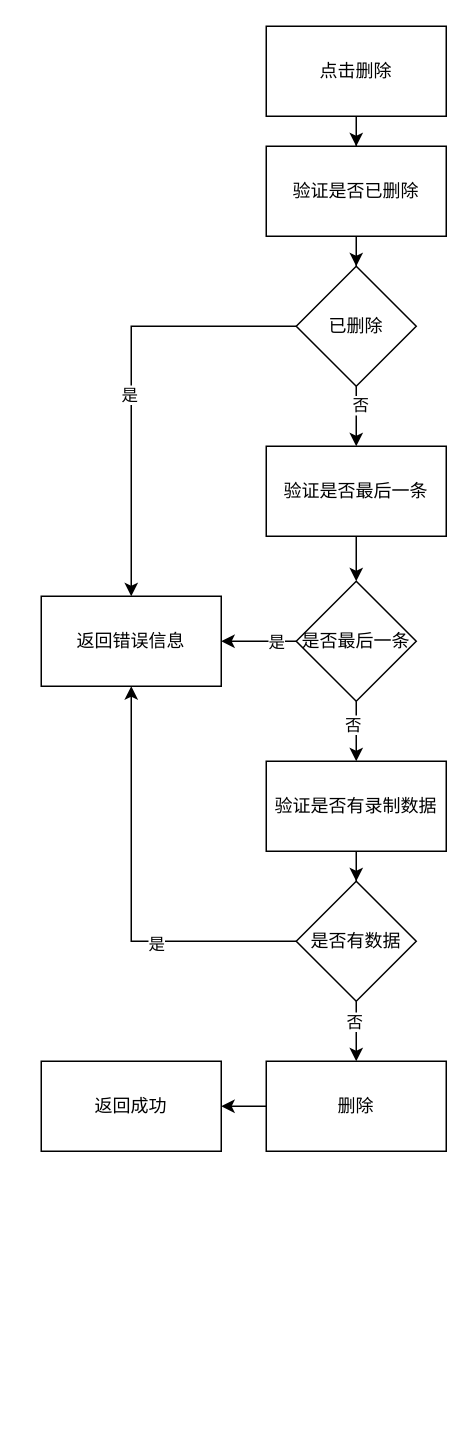
Earlier version of the draw.io diagram 概念设计-流程图-删除患者.drawio (yz360307/draw). Source tidied: cells renumbered, new cells numbered last; positions are measured from the earlier drawing's top-left corner, leaving out a move shared by most shapes. Both pictures are drawn from the tidied source at 150%, with x=0, y=0 at pixel (40, 26).
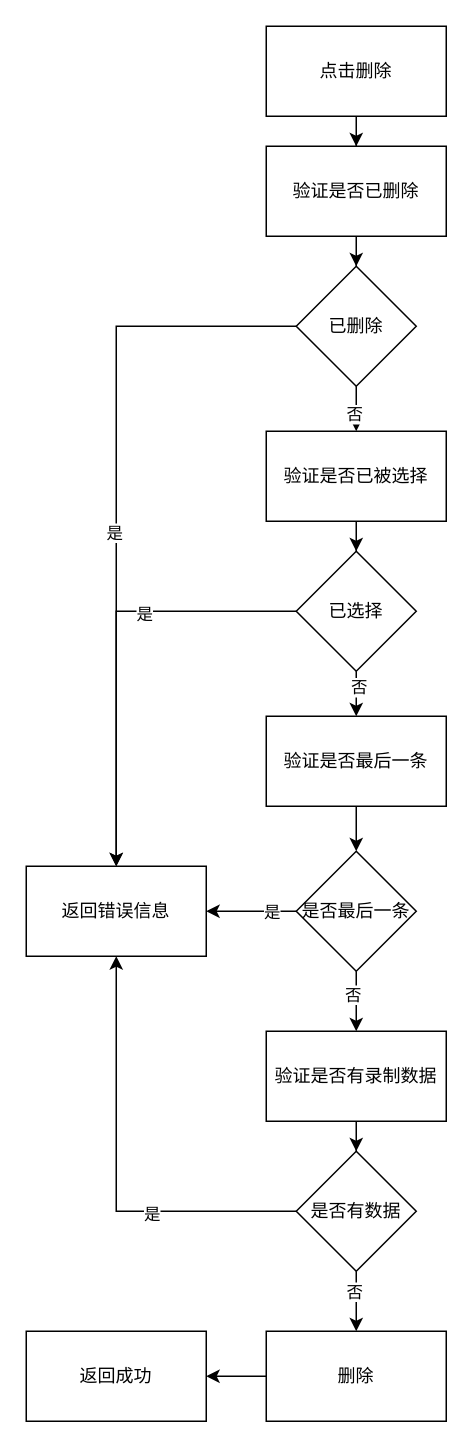
The same page after the edit.

Commit message (it also covers changes not shown here):
更新概念设计-流程图-删除患者.drawio

The change refers to these unchanged cells:
```xml
<mxCell id="10" value="已删除" style="rhombus;whiteSpace=wrap;html=1;rounded=0;" parent="1" vertex="1">
  <mxGeometry x="170" y="160" width="80" height="80" as="geometry" />
</mxCell>
```

Diff of the diagram source:
```diff
@@
-    <mxCell id="8" style="edgeStyle=orthogonalEdgeStyle;rounded=0;jettySize=auto;html=1;entryX=0.5;entryY=0;entryDx=0;entryDy=0;" parent="1" edge="1" source="10" target="13">
-      <mxGeometry relative="1" as="geometry" />
-    </mxCell>
-    <mxCell id="9" value="否" style="edgeLabel;html=1;align=center;verticalAlign=middle;" parent="8" vertex="1">
-      <mxGeometry x="-0.4" y="2" relative="1" as="geometry" />
-    </mxCell>
+    <mxCell id="29" style="edgeStyle=orthogonalEdgeStyle;rounded=0;jettySize=auto;html=1;" parent="1" edge="1" source="10" target="32">
+      <mxGeometry relative="1" as="geometry" />
+    </mxCell>
+    <mxCell id="30" value="否" style="edgeLabel;html=1;align=center;verticalAlign=middle;" parent="29" vertex="1">
+      <mxGeometry x="-0.11" y="2" relative="1" as="geometry" />
+    </mxCell>
@@
     <mxCell id="11" value="返回错误信息" style="whiteSpace=wrap;html=1;rounded=0;" parent="1" vertex="1">
-      <mxGeometry y="380" width="120" height="60" as="geometry" />
+      <mxGeometry x="-10" y="560" width="120" height="60" as="geometry" />
     </mxCell>
@@
     <mxCell id="13" value="验证是否最后一条" style="whiteSpace=wrap;html=1;rounded=0;" parent="1" vertex="1">
-      <mxGeometry x="150" y="280" width="120" height="60" as="geometry" />
+      <mxGeometry x="150" y="460" width="120" height="60" as="geometry" />
     </mxCell>
@@
     <mxCell id="18" value="是否最后一条" style="rhombus;whiteSpace=wrap;html=1;rounded=0;" parent="1" vertex="1">
-      <mxGeometry x="170" y="370" width="80" height="80" as="geometry" />
+      <mxGeometry x="170" y="550" width="80" height="80" as="geometry" />
     </mxCell>
@@
     <mxCell id="20" value="验证是否有录制数据" style="whiteSpace=wrap;html=1;rounded=0;" parent="1" vertex="1">
-      <mxGeometry x="150" y="490" width="120" height="60" as="geometry" />
+      <mxGeometry x="150" y="670" width="120" height="60" as="geometry" />
     </mxCell>
@@
     <mxCell id="25" value="是否有数据" style="rhombus;whiteSpace=wrap;html=1;rounded=0;" parent="1" vertex="1">
-      <mxGeometry x="170" y="570" width="80" height="80" as="geometry" />
+      <mxGeometry x="170" y="750" width="80" height="80" as="geometry" />
     </mxCell>
@@
     <mxCell id="27" value="删除" style="whiteSpace=wrap;html=1;rounded=0;" parent="1" vertex="1">
-      <mxGeometry x="150" y="690" width="120" height="60" as="geometry" />
+      <mxGeometry x="150" y="870" width="120" height="60" as="geometry" />
     </mxCell>
     <mxCell id="28" value="返回成功" style="whiteSpace=wrap;html=1;rounded=0;" parent="1" vertex="1">
-      <mxGeometry y="690" width="120" height="60" as="geometry" />
+      <mxGeometry x="-10" y="870" width="120" height="60" as="geometry" />
     </mxCell>
+    <mxCell id="31" style="edgeStyle=orthogonalEdgeStyle;rounded=0;jettySize=auto;html=1;" parent="1" edge="1" source="32" target="37">
+      <mxGeometry relative="1" as="geometry" />
+    </mxCell>
+    <mxCell id="32" value="验证是否已被选择" style="whiteSpace=wrap;html=1;rounded=0;" parent="1" vertex="1">
+      <mxGeometry x="150" y="270" width="120" height="60" as="geometry" />
+    </mxCell>
+    <mxCell id="33" style="edgeStyle=orthogonalEdgeStyle;rounded=0;jettySize=auto;html=1;entryX=0.5;entryY=0;entryDx=0;entryDy=0;" parent="1" edge="1" source="37" target="11">
+      <mxGeometry relative="1" as="geometry" />
+    </mxCell>
+    <mxCell id="34" value="是" style="edgeLabel;html=1;align=center;verticalAlign=middle;" parent="33" vertex="1">
+      <mxGeometry x="-0.3" y="1" relative="1" as="geometry" />
+    </mxCell>
+    <mxCell id="35" style="edgeStyle=orthogonalEdgeStyle;rounded=0;jettySize=auto;html=1;exitX=0.5;exitY=1;exitDx=0;exitDy=0;entryX=0.5;entryY=0;entryDx=0;entryDy=0;" parent="1" edge="1" source="37" target="13">
+      <mxGeometry relative="1" as="geometry" />
+    </mxCell>
+    <mxCell id="36" value="否" style="edgeLabel;html=1;align=center;verticalAlign=middle;" parent="35" vertex="1">
+      <mxGeometry x="-0.33" y="1" relative="1" as="geometry" />
+    </mxCell>
+    <mxCell id="37" value="已选择" style="rhombus;whiteSpace=wrap;html=1;rounded=0;" parent="1" vertex="1">
+      <mxGeometry x="170" y="350" width="80" height="80" as="geometry" />
+    </mxCell>
```
